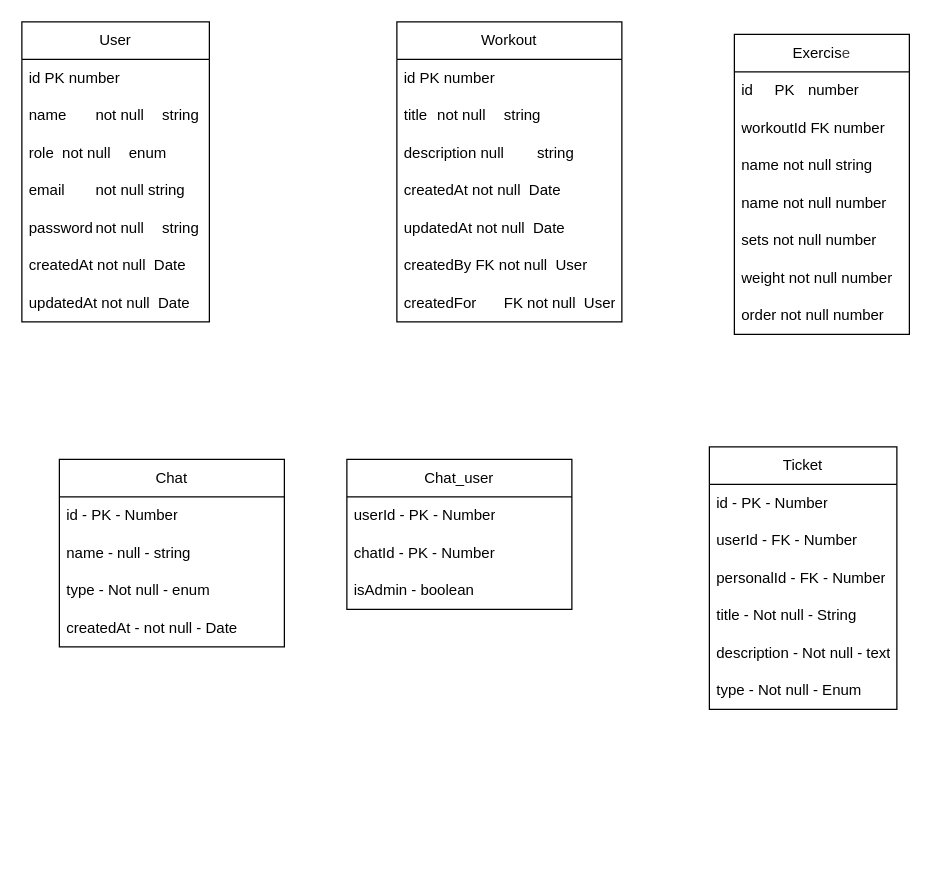
ArthurArlaxy/ThinkFit keeps this draw.io diagram as backend/gymApp.drawio. Above is the earlier version. Source tidied: cells renumbered, new cells numbered last; positions are measured from the earlier drawing's top-left corner, leaving out a move shared by most shapes. Both pictures are drawn from the tidied source at 125%, with x=0, y=0 at pixel (21, 21).
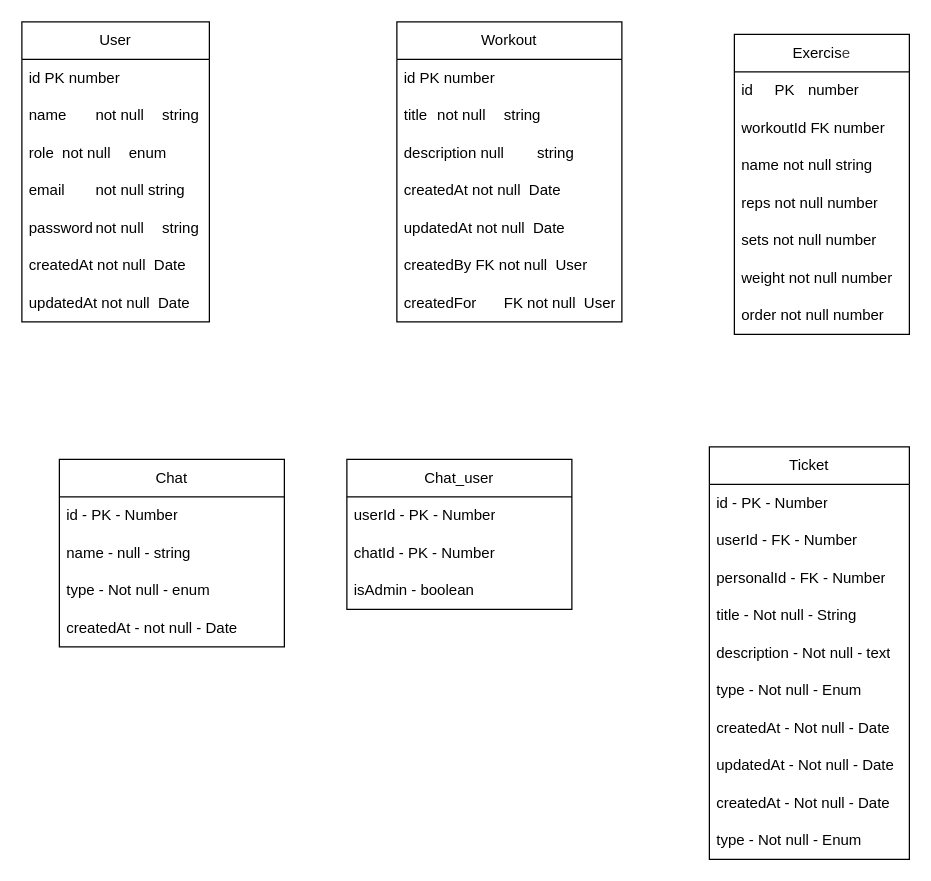
The same page after the edit.

Commit message (it also covers changes not shown here):
Terminando o diagrama ER inicial do projeto

The change refers to these unchanged cells:
```xml
<mxCell id="18" value="Exercis&lt;span style=&quot;color: rgb(63, 63, 63); background-color: transparent;&quot;&gt;e&lt;/span&gt;" style="swimlane;fontStyle=0;horizontal=1;startSize=30;whiteSpace=wrap;html=1;" parent="1" vertex="1">
  <mxGeometry x="570" y="10" width="140" height="240" as="geometry" />
</mxCell>
```

Diff of the diagram source:
```diff
@@
-    <mxCell id="22" value="name not null number" style="text;strokeColor=none;fillColor=none;align=left;verticalAlign=middle;spacingLeft=4;spacingRight=4;overflow=hidden;whiteSpace=wrap;html=1;" parent="18" vertex="1">
+    <mxCell id="22" value="reps not null number" style="text;strokeColor=none;fillColor=none;align=left;verticalAlign=middle;spacingLeft=4;spacingRight=4;overflow=hidden;whiteSpace=wrap;html=1;" parent="18" vertex="1">
       <mxGeometry y="120" width="140" height="30" as="geometry" />
     </mxCell>
@@
     <mxCell id="35" value="Ticket" style="swimlane;fontStyle=0;horizontal=1;startSize=30;whiteSpace=wrap;html=1;" parent="1" vertex="1">
-      <mxGeometry x="550" y="340" width="150" height="210" as="geometry" />
+      <mxGeometry x="550" y="340" width="160" height="330" as="geometry" />
     </mxCell>
     <mxCell id="36" value="id - PK - Number" style="text;strokeColor=none;fillColor=none;align=left;verticalAlign=middle;spacingLeft=4;spacingRight=4;overflow=hidden;whiteSpace=wrap;html=1;" parent="35" vertex="1">
-      <mxGeometry y="30" width="150" height="30" as="geometry" />
+      <mxGeometry y="30" width="160" height="30" as="geometry" />
     </mxCell>
     <mxCell id="37" value="userId - FK - Number" style="text;strokeColor=none;fillColor=none;align=left;verticalAlign=middle;spacingLeft=4;spacingRight=4;overflow=hidden;whiteSpace=wrap;html=1;" parent="35" vertex="1">
-      <mxGeometry y="60" width="150" height="30" as="geometry" />
+      <mxGeometry y="60" width="160" height="30" as="geometry" />
     </mxCell>
     <mxCell id="38" value="personalId - FK - Number" style="text;strokeColor=none;fillColor=none;align=left;verticalAlign=middle;spacingLeft=4;spacingRight=4;overflow=hidden;whiteSpace=wrap;html=1;" parent="35" vertex="1">
-      <mxGeometry y="90" width="150" height="30" as="geometry" />
+      <mxGeometry y="90" width="160" height="30" as="geometry" />
     </mxCell>
     <mxCell id="39" value="title - Not null - String" style="text;strokeColor=none;fillColor=none;align=left;verticalAlign=middle;spacingLeft=4;spacingRight=4;overflow=hidden;whiteSpace=wrap;html=1;" parent="35" vertex="1">
-      <mxGeometry y="120" width="150" height="30" as="geometry" />
+      <mxGeometry y="120" width="160" height="30" as="geometry" />
     </mxCell>
     <mxCell id="40" value="description - Not null - text" style="text;strokeColor=none;fillColor=none;align=left;verticalAlign=middle;spacingLeft=4;spacingRight=4;overflow=hidden;whiteSpace=wrap;html=1;" parent="35" vertex="1">
-      <mxGeometry y="150" width="150" height="30" as="geometry" />
+      <mxGeometry y="150" width="160" height="30" as="geometry" />
     </mxCell>
     <mxCell id="41" value="type - Not null - Enum" style="text;strokeColor=none;fillColor=none;align=left;verticalAlign=middle;spacingLeft=4;spacingRight=4;overflow=hidden;whiteSpace=wrap;html=1;" parent="35" vertex="1">
-      <mxGeometry y="180" width="150" height="30" as="geometry" />
+      <mxGeometry y="180" width="160" height="30" as="geometry" />
     </mxCell>
+    <mxCell id="42" value="createdAt - Not null - Date" style="text;strokeColor=none;fillColor=none;align=left;verticalAlign=middle;spacingLeft=4;spacingRight=4;overflow=hidden;whiteSpace=wrap;html=1;" parent="35" vertex="1">
+      <mxGeometry y="210" width="160" height="30" as="geometry" />
+    </mxCell>
+    <mxCell id="43" value="updatedAt - Not null - Date" style="text;strokeColor=none;fillColor=none;align=left;verticalAlign=middle;spacingLeft=4;spacingRight=4;overflow=hidden;whiteSpace=wrap;html=1;" parent="35" vertex="1">
+      <mxGeometry y="240" width="160" height="30" as="geometry" />
+    </mxCell>
+    <mxCell id="44" value="createdAt - Not null - Date" style="text;strokeColor=none;fillColor=none;align=left;verticalAlign=middle;spacingLeft=4;spacingRight=4;overflow=hidden;whiteSpace=wrap;html=1;" parent="35" vertex="1">
+      <mxGeometry y="270" width="160" height="30" as="geometry" />
+    </mxCell>
+    <mxCell id="45" value="type - Not null - Enum" style="text;strokeColor=none;fillColor=none;align=left;verticalAlign=middle;spacingLeft=4;spacingRight=4;overflow=hidden;whiteSpace=wrap;html=1;" parent="35" vertex="1">
+      <mxGeometry y="300" width="160" height="30" as="geometry" />
+    </mxCell>
```
